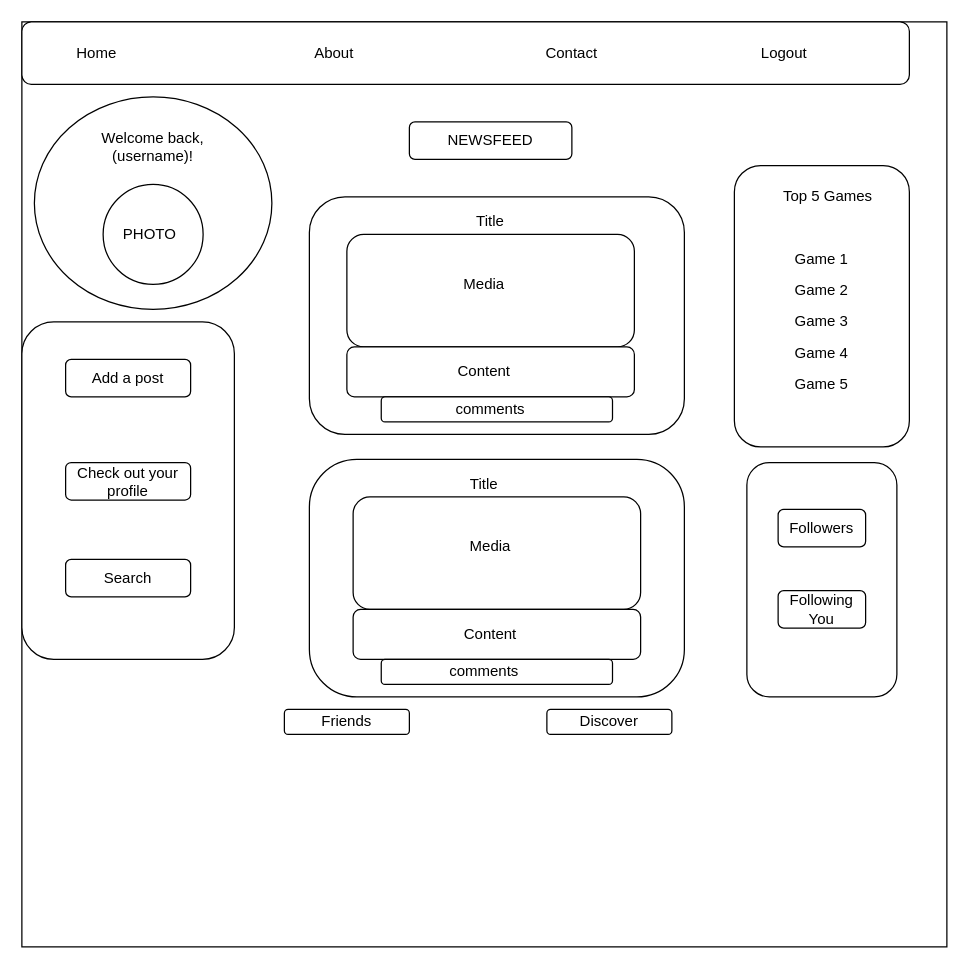
This is server/additionalFiles/newsfeed.drawio from k5tuck/Gamers_Capstone, a draw.io file, before an edit. Source tidied: cells renumbered, new cells numbered last; positions are measured from the earlier drawing's top-left corner, leaving out a move shared by most shapes. Both pictures are drawn from the tidied source at 125%, with x=0, y=0 at pixel (21, 21).
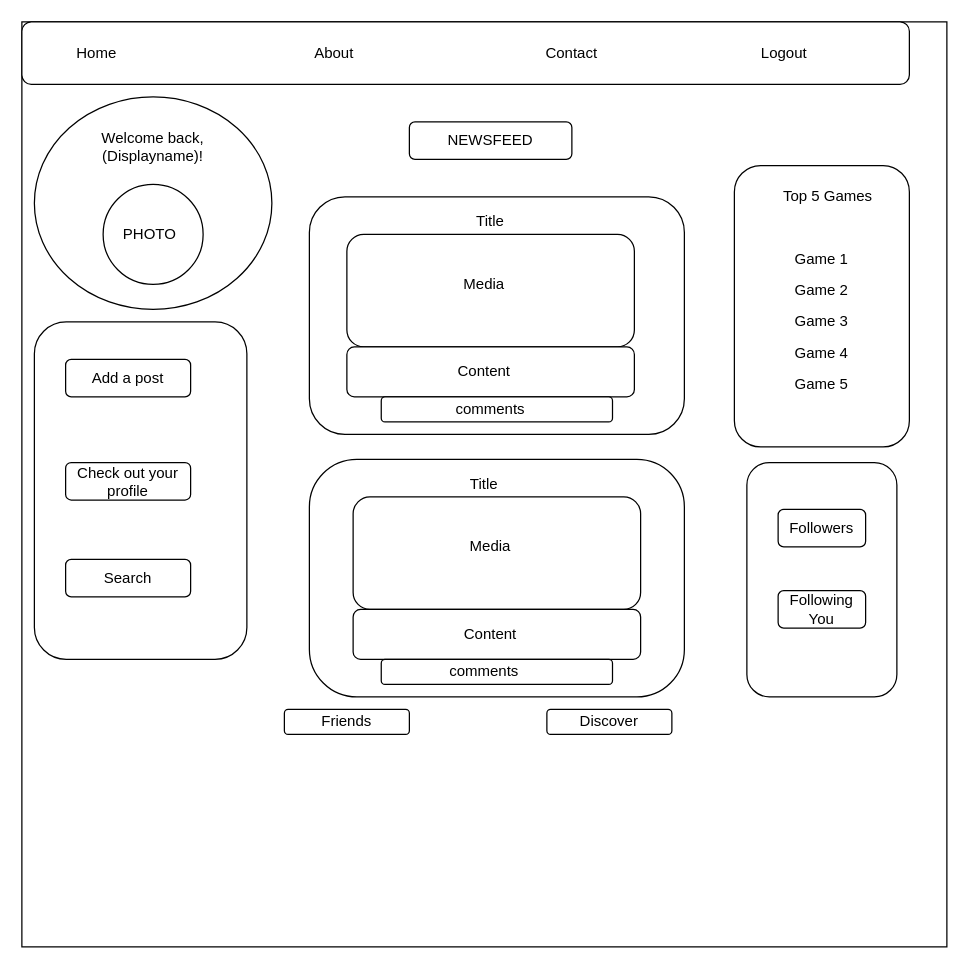
The same diagram, later.

Commit message:
added sub components

Diff of the diagram source:
```diff
@@
-    <mxCell id="10" value="Welcome back, (username)!" style="text;html=1;strokeColor=none;fillColor=none;align=center;verticalAlign=middle;whiteSpace=wrap;rounded=0;" parent="1" vertex="1">
+    <mxCell id="10" value="Welcome back, (Displayname)!" style="text;html=1;strokeColor=none;fillColor=none;align=center;verticalAlign=middle;whiteSpace=wrap;rounded=0;" parent="1" vertex="1">
       <mxGeometry x="50" y="70" width="110" height="60" as="geometry" />
     </mxCell>
-    <mxCell id="11" style="rounded=1;whiteSpace=wrap;html=1;" parent="1" vertex="1">
-      <mxGeometry y="240" width="170" height="270" as="geometry" />
+    <mxCell id="11" style="rounded=1;whiteSpace=wrap;html=1;arcSize=15;" parent="1" vertex="1">
+      <mxGeometry x="10" y="240" width="170" height="270" as="geometry" />
     </mxCell>
```
